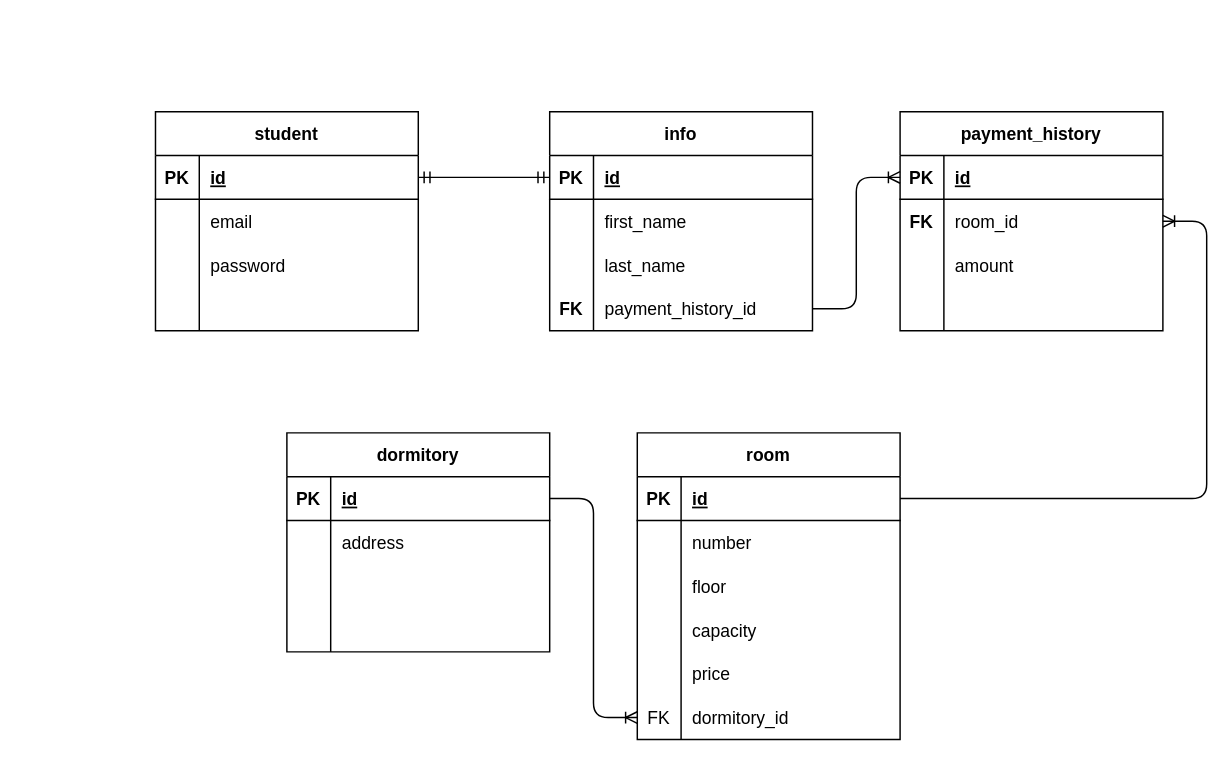
The draw.io diagram draw.io/db.drawio in deividasdul/BAVIS, before the edit. Source tidied: cells renumbered, new cells numbered last; positions are measured from the earlier drawing's top-left corner, leaving out a move shared by most shapes. Both pictures are drawn from the tidied source at 146%, with x=0, y=0 at pixel (155, 111).
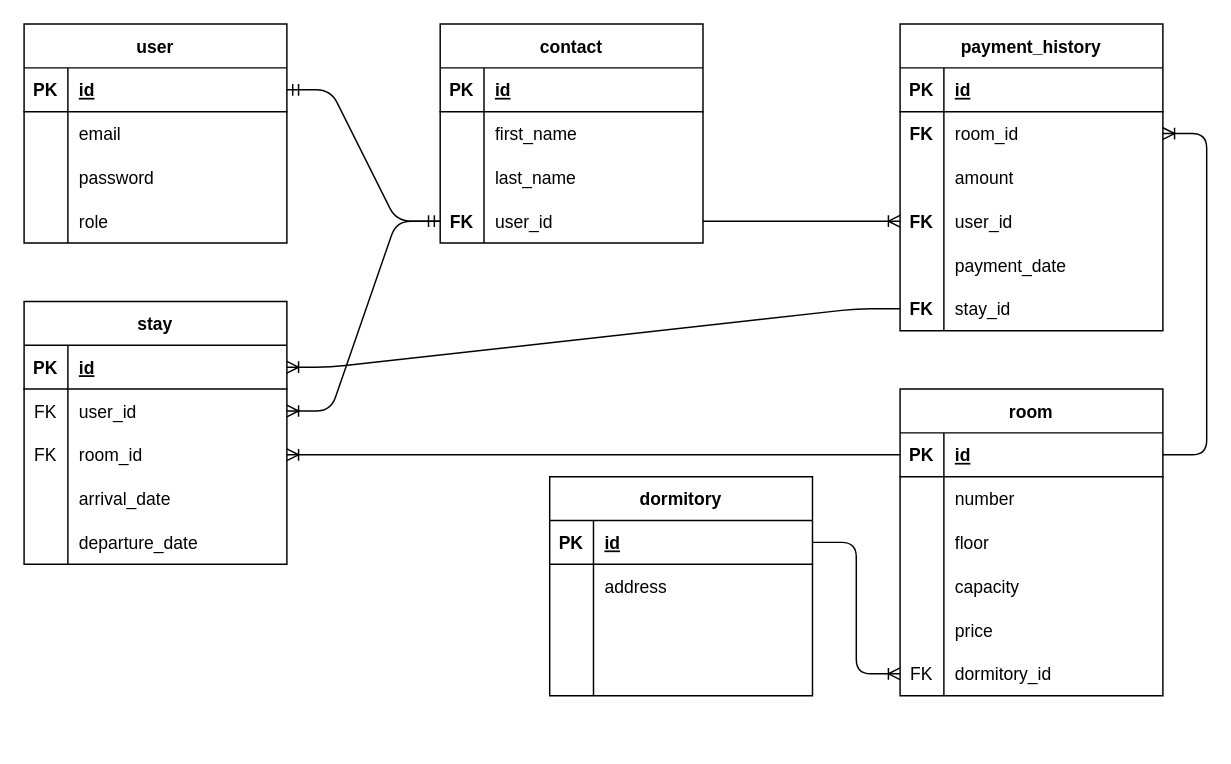
The same diagram, later.

The change refers to these unchanged cells:
```xml
<mxCell id="3" style="shape=tableRow;horizontal=0;startSize=0;swimlaneHead=0;swimlaneBody=0;fillColor=none;points=[[0,0.5],[1,0.5]];portConstraint=eastwest;top=0;left=0;right=0;bottom=1;" parent="2" vertex="1">
  <mxGeometry y="30" width="180" height="30" as="geometry" />
</mxCell>
<mxCell id="12" style="shape=tableRow;horizontal=0;startSize=0;swimlaneHead=0;swimlaneBody=0;fillColor=none;top=0;left=0;right=0;bottom=0;" parent="2" vertex="1">
  <mxGeometry y="120" width="180" height="30" as="geometry" />
</mxCell>
<mxCell id="16" style="shape=tableRow;horizontal=0;startSize=0;swimlaneHead=0;swimlaneBody=0;fillColor=none;points=[[0,0.5],[1,0.5]];portConstraint=eastwest;top=0;left=0;right=0;bottom=1;" parent="15" vertex="1">
  <mxGeometry y="30" width="180" height="30" as="geometry" />
</mxCell>
<mxCell id="25" style="shape=tableRow;horizontal=0;startSize=0;swimlaneHead=0;swimlaneBody=0;fillColor=none;points=[[0,0.5],[1,0.5]];portConstraint=eastwest;top=0;left=0;right=0;bottom=0;" parent="15" vertex="1">
  <mxGeometry y="120" width="180" height="30" as="geometry" />
</mxCell>
<mxCell id="29" style="shape=tableRow;horizontal=0;startSize=0;swimlaneHead=0;swimlaneBody=0;fillColor=none;points=[[0,0.5],[1,0.5]];portConstraint=eastwest;top=0;left=0;right=0;bottom=1;" parent="28" vertex="1">
  <mxGeometry y="30" width="180" height="30" as="geometry" />
</mxCell>
<mxCell id="63" style="shape=tableRow;horizontal=0;startSize=0;swimlaneHead=0;swimlaneBody=0;fillColor=none;points=[[0,0.5],[1,0.5]];portConstraint=eastwest;top=0;left=0;right=0;bottom=1;" parent="62" vertex="1">
  <mxGeometry y="30" width="180" height="30" as="geometry" />
</mxCell>
<mxCell id="66" style="shape=tableRow;horizontal=0;startSize=0;swimlaneHead=0;swimlaneBody=0;fillColor=none;points=[[0,0.5],[1,0.5]];portConstraint=eastwest;top=0;left=0;right=0;bottom=0;" parent="62" vertex="1">
  <mxGeometry y="60" width="180" height="30" as="geometry" />
</mxCell>
<mxCell id="72" style="shape=tableRow;horizontal=0;startSize=0;swimlaneHead=0;swimlaneBody=0;fillColor=none;points=[[0,0.5],[1,0.5]];portConstraint=eastwest;top=0;left=0;right=0;bottom=0;" parent="62" vertex="1">
  <mxGeometry y="120" width="180" height="30" as="geometry" />
</mxCell>
```

The edit, as a diff of the source:
```diff
@@
-    <mxCell id="2" value="student" style="shape=table;startSize=30;childLayout=tableLayout;rowLines=0;fontStyle=1;align=center;" parent="1" vertex="1">
-      <mxGeometry width="180" height="150" as="geometry" />
+    <mxCell id="2" value="user" style="shape=table;startSize=30;childLayout=tableLayout;rowLines=0;fontStyle=1;align=center;" parent="1" vertex="1">
+      <mxGeometry x="-90" y="-60" width="180" height="150" as="geometry" />
     </mxCell>
@@
-    <mxCell id="14" style="shape=partialRectangle;fillColor=none;top=0;left=0;bottom=0;right=0;align=left;spacingLeft=6;overflow=hidden;" parent="12" vertex="1">
+    <mxCell id="14" value="role" style="shape=partialRectangle;fillColor=none;top=0;left=0;bottom=0;right=0;align=left;spacingLeft=6;overflow=hidden;" parent="12" vertex="1">
       <mxGeometry x="30" width="150" height="30" as="geometry" />
     </mxCell>
-    <mxCell id="15" value="info" style="shape=table;startSize=30;childLayout=tableLayout;rowLines=0;fontStyle=1;align=center;" parent="1" vertex="1">
-      <mxGeometry x="270" width="180" height="150" as="geometry" />
+    <mxCell id="15" value="contact" style="shape=table;startSize=30;childLayout=tableLayout;rowLines=0;fontStyle=1;align=center;" parent="1" vertex="1">
+      <mxGeometry x="195" y="-60" width="180" height="150" as="geometry" />
     </mxCell>
@@
-    <mxCell id="27" value="payment_history_id" style="shape=partialRectangle;fillColor=none;top=0;left=0;bottom=0;right=0;align=left;spacingLeft=6;overflow=hidden;" parent="25" vertex="1">
+    <mxCell id="27" value="user_id" style="shape=partialRectangle;fillColor=none;top=0;left=0;bottom=0;right=0;align=left;spacingLeft=6;overflow=hidden;" parent="25" vertex="1">
       <mxGeometry x="30" width="150" height="30" as="geometry" />
     </mxCell>
     <mxCell id="28" value="room" style="shape=table;startSize=30;childLayout=tableLayout;rowLines=0;fontStyle=1;align=center;" parent="1" vertex="1">
-      <mxGeometry x="330" y="220" width="180" height="210" as="geometry" />
+      <mxGeometry x="510" y="190" width="180" height="210" as="geometry" />
     </mxCell>
@@
-    <mxCell id="47" style="edgeStyle=entityRelationEdgeStyle;fontSize=12;html=1;endArrow=ERmandOne;startArrow=ERmandOne;" parent="1" edge="1" source="3" target="16">
+    <mxCell id="47" style="edgeStyle=entityRelationEdgeStyle;fontSize=12;html=1;endArrow=ERmandOne;startArrow=ERmandOne;" parent="1" edge="1" source="3" target="25">
       <mxGeometry relative="1" as="geometry" />
     </mxCell>
     <mxCell id="48" value="dormitory" style="shape=table;startSize=30;childLayout=tableLayout;rowLines=0;fontStyle=1;align=center;" parent="1" vertex="1">
-      <mxGeometry x="90" y="220" width="180" height="150" as="geometry" />
+      <mxGeometry x="270" y="250" width="180" height="150" as="geometry" />
     </mxCell>
@@
     <mxCell id="62" value="payment_history" style="shape=table;startSize=30;childLayout=tableLayout;rowLines=0;fontStyle=1;align=center;" parent="1" vertex="1">
-      <mxGeometry x="510" width="180" height="150" as="geometry" />
+      <mxGeometry x="510" y="-60" width="180" height="210" as="geometry" />
     </mxCell>
@@
-    <mxCell id="67" style="shape=partialRectangle;fillColor=none;top=0;left=0;bottom=0;right=0;overflow=hidden;" parent="66" vertex="1">
+    <mxCell id="67" value="FK" style="shape=partialRectangle;fillColor=none;top=0;left=0;bottom=0;right=0;overflow=hidden;fontStyle=1;" parent="66" vertex="1">
       <mxGeometry width="30" height="30" as="geometry" />
     </mxCell>
@@
-    <mxCell id="74" style="shape=partialRectangle;fillColor=none;top=0;left=0;bottom=0;right=0;align=left;spacingLeft=6;overflow=hidden;" parent="72" vertex="1">
+    <mxCell id="74" value="user_id" style="shape=partialRectangle;fillColor=none;top=0;left=0;bottom=0;right=0;align=left;spacingLeft=6;overflow=hidden;" parent="72" vertex="1">
       <mxGeometry x="30" width="150" height="30" as="geometry" />
     </mxCell>
+    <mxCell id="79" style="shape=tableRow;horizontal=0;startSize=0;swimlaneHead=0;swimlaneBody=0;fillColor=none;top=0;left=0;right=0;bottom=0;" parent="62" vertex="1">
+      <mxGeometry y="150" width="180" height="30" as="geometry" />
+    </mxCell>
+    <mxCell id="80" style="shape=partialRectangle;fillColor=none;top=0;left=0;bottom=0;right=0;overflow=hidden;" parent="79" vertex="1">
+      <mxGeometry width="30" height="30" as="geometry" />
+    </mxCell>
+    <mxCell id="81" value="payment_date" style="shape=partialRectangle;fillColor=none;top=0;left=0;bottom=0;right=0;align=left;spacingLeft=6;overflow=hidden;" parent="79" vertex="1">
+      <mxGeometry x="30" width="150" height="30" as="geometry" />
+    </mxCell>
+    <mxCell id="82" style="shape=tableRow;horizontal=0;startSize=0;swimlaneHead=0;swimlaneBody=0;fillColor=none;points=[[0,0.5],[1,0.5]];portConstraint=eastwest;top=0;left=0;right=0;bottom=0;" parent="62" vertex="1">
+      <mxGeometry y="180" width="180" height="30" as="geometry" />
+    </mxCell>
+    <mxCell id="83" value="FK" style="shape=partialRectangle;fillColor=none;top=0;left=0;bottom=0;right=0;overflow=hidden;fontStyle=1;" parent="82" vertex="1">
+      <mxGeometry width="30" height="30" as="geometry" />
+    </mxCell>
+    <mxCell id="84" value="stay_id" style="shape=partialRectangle;fillColor=none;top=0;left=0;bottom=0;right=0;align=left;spacingLeft=6;overflow=hidden;" parent="82" vertex="1">
+      <mxGeometry x="30" width="150" height="30" as="geometry" />
+    </mxCell>
@@
     <mxCell id="76" value="FK" style="shape=partialRectangle;fillColor=none;top=0;left=0;bottom=0;right=0;fontStyle=1;overflow=hidden;" parent="1" vertex="1">
-      <mxGeometry x="270" y="120" width="30" height="30" as="geometry" />
+      <mxGeometry x="195" y="60" width="30" height="30" as="geometry" />
     </mxCell>
-    <mxCell id="77" style="edgeStyle=entityRelationEdgeStyle;fontSize=12;html=1;endArrow=ERoneToMany;" parent="1" edge="1" source="25" target="63">
+    <mxCell id="77" style="edgeStyle=entityRelationEdgeStyle;fontSize=12;html=1;endArrow=ERoneToMany;" parent="1" edge="1" source="25" target="72">
       <mxGeometry relative="1" as="geometry" />
     </mxCell>
@@
+    <mxCell id="85" value="stay" style="shape=table;startSize=30;childLayout=tableLayout;rowLines=0;fontStyle=1;align=center;" parent="1" vertex="1">
+      <mxGeometry x="-90" y="130" width="180" height="180" as="geometry" />
+    </mxCell>
+    <mxCell id="86" style="shape=tableRow;horizontal=0;startSize=0;swimlaneHead=0;swimlaneBody=0;fillColor=none;points=[[0,0.5],[1,0.5]];portConstraint=eastwest;top=0;left=0;right=0;bottom=1;" parent="85" vertex="1">
+      <mxGeometry y="30" width="180" height="30" as="geometry" />
+    </mxCell>
+    <mxCell id="87" value="PK" style="shape=partialRectangle;fillColor=none;top=0;left=0;bottom=0;right=0;fontStyle=1;overflow=hidden;" parent="86" vertex="1">
+      <mxGeometry width="30" height="30" as="geometry" />
+    </mxCell>
+    <mxCell id="88" value="id" style="shape=partialRectangle;fillColor=none;top=0;left=0;bottom=0;right=0;align=left;spacingLeft=6;fontStyle=5;overflow=hidden;" parent="86" vertex="1">
+      <mxGeometry x="30" width="150" height="30" as="geometry" />
+    </mxCell>
+    <mxCell id="89" style="shape=tableRow;horizontal=0;startSize=0;swimlaneHead=0;swimlaneBody=0;fillColor=none;points=[[0,0.5],[1,0.5]];portConstraint=eastwest;top=0;left=0;right=0;bottom=0;" parent="85" vertex="1">
+      <mxGeometry y="60" width="180" height="30" as="geometry" />
+    </mxCell>
+    <mxCell id="90" value="FK" style="shape=partialRectangle;fillColor=none;top=0;left=0;bottom=0;right=0;overflow=hidden;" parent="89" vertex="1">
+      <mxGeometry width="30" height="30" as="geometry" />
+    </mxCell>
+    <mxCell id="91" value="user_id" style="shape=partialRectangle;fillColor=none;top=0;left=0;bottom=0;right=0;align=left;spacingLeft=6;overflow=hidden;" parent="89" vertex="1">
+      <mxGeometry x="30" width="150" height="30" as="geometry" />
+    </mxCell>
+    <mxCell id="92" style="shape=tableRow;horizontal=0;startSize=0;swimlaneHead=0;swimlaneBody=0;fillColor=none;points=[[0,0.5],[1,0.5]];portConstraint=eastwest;top=0;left=0;right=0;bottom=0;" parent="85" vertex="1">
+      <mxGeometry y="90" width="180" height="30" as="geometry" />
+    </mxCell>
+    <mxCell id="93" value="FK" style="shape=partialRectangle;fillColor=none;top=0;left=0;bottom=0;right=0;overflow=hidden;" parent="92" vertex="1">
+      <mxGeometry width="30" height="30" as="geometry" />
+    </mxCell>
+    <mxCell id="94" value="room_id" style="shape=partialRectangle;fillColor=none;top=0;left=0;bottom=0;right=0;align=left;spacingLeft=6;overflow=hidden;" parent="92" vertex="1">
+      <mxGeometry x="30" width="150" height="30" as="geometry" />
+    </mxCell>
+    <mxCell id="95" style="shape=tableRow;horizontal=0;startSize=0;swimlaneHead=0;swimlaneBody=0;fillColor=none;top=0;left=0;right=0;bottom=0;" parent="85" vertex="1">
+      <mxGeometry y="120" width="180" height="30" as="geometry" />
+    </mxCell>
+    <mxCell id="96" style="shape=partialRectangle;fillColor=none;top=0;left=0;bottom=0;right=0;overflow=hidden;" parent="95" vertex="1">
+      <mxGeometry width="30" height="30" as="geometry" />
+    </mxCell>
+    <mxCell id="97" value="arrival_date" style="shape=partialRectangle;fillColor=none;top=0;left=0;bottom=0;right=0;align=left;spacingLeft=6;overflow=hidden;" parent="95" vertex="1">
+      <mxGeometry x="30" width="150" height="30" as="geometry" />
+    </mxCell>
+    <mxCell id="98" style="shape=tableRow;horizontal=0;startSize=0;swimlaneHead=0;swimlaneBody=0;fillColor=none;top=0;left=0;right=0;bottom=0;" parent="85" vertex="1">
+      <mxGeometry y="150" width="180" height="30" as="geometry" />
+    </mxCell>
+    <mxCell id="99" style="shape=partialRectangle;fillColor=none;top=0;left=0;bottom=0;right=0;overflow=hidden;" parent="98" vertex="1">
+      <mxGeometry width="30" height="30" as="geometry" />
+    </mxCell>
+    <mxCell id="100" value="departure_date" style="shape=partialRectangle;fillColor=none;top=0;left=0;bottom=0;right=0;align=left;spacingLeft=6;overflow=hidden;" parent="98" vertex="1">
+      <mxGeometry x="30" width="150" height="30" as="geometry" />
+    </mxCell>
+    <mxCell id="101" style="edgeStyle=entityRelationEdgeStyle;fontSize=12;html=1;endArrow=ERoneToMany;" parent="1" edge="1" source="25" target="89">
+      <mxGeometry relative="1" as="geometry" />
+    </mxCell>
+    <mxCell id="102" style="edgeStyle=entityRelationEdgeStyle;fontSize=12;html=1;endArrow=ERoneToMany;" parent="1" edge="1" source="82" target="86">
+      <mxGeometry relative="1" as="geometry" />
+    </mxCell>
+    <mxCell id="103" style="edgeStyle=entityRelationEdgeStyle;fontSize=12;html=1;endArrow=ERoneToMany;" parent="1" edge="1" source="29" target="92">
+      <mxGeometry relative="1" as="geometry" />
+    </mxCell>
```
